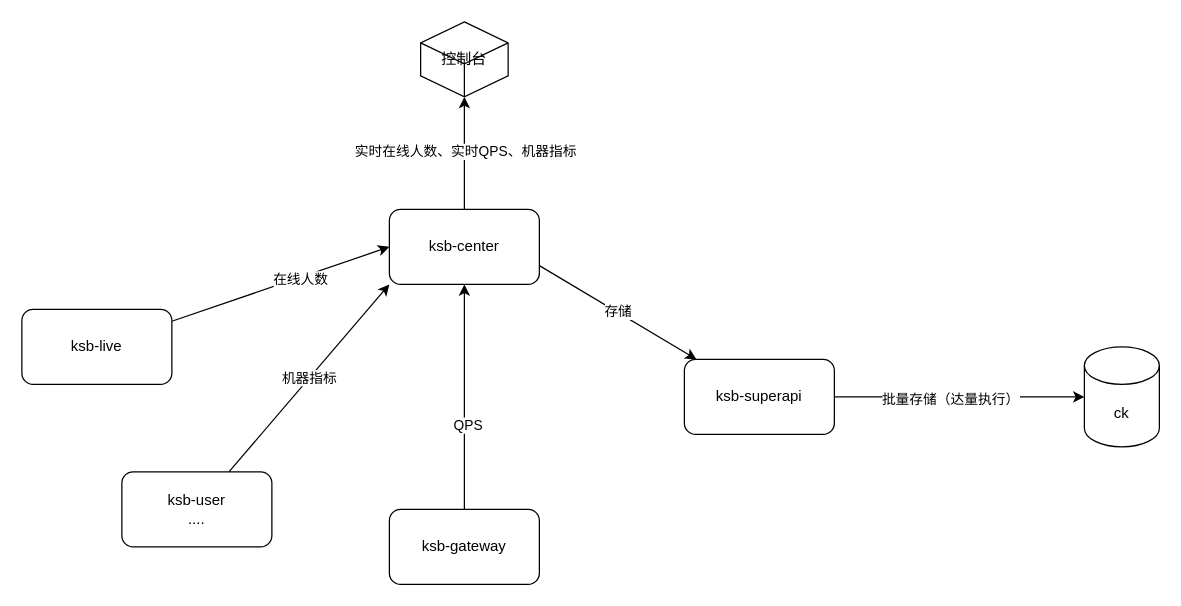
luodongseu/diagrams keeps this draw.io diagram as 实时运维监控系统.drawio. Above is the earlier version. Source tidied: cells renumbered, new cells numbered last; positions are measured from the earlier drawing's top-left corner, leaving out a move shared by most shapes. Both pictures are drawn from the tidied source at 125%, with x=0, y=0 at pixel (21, 21).
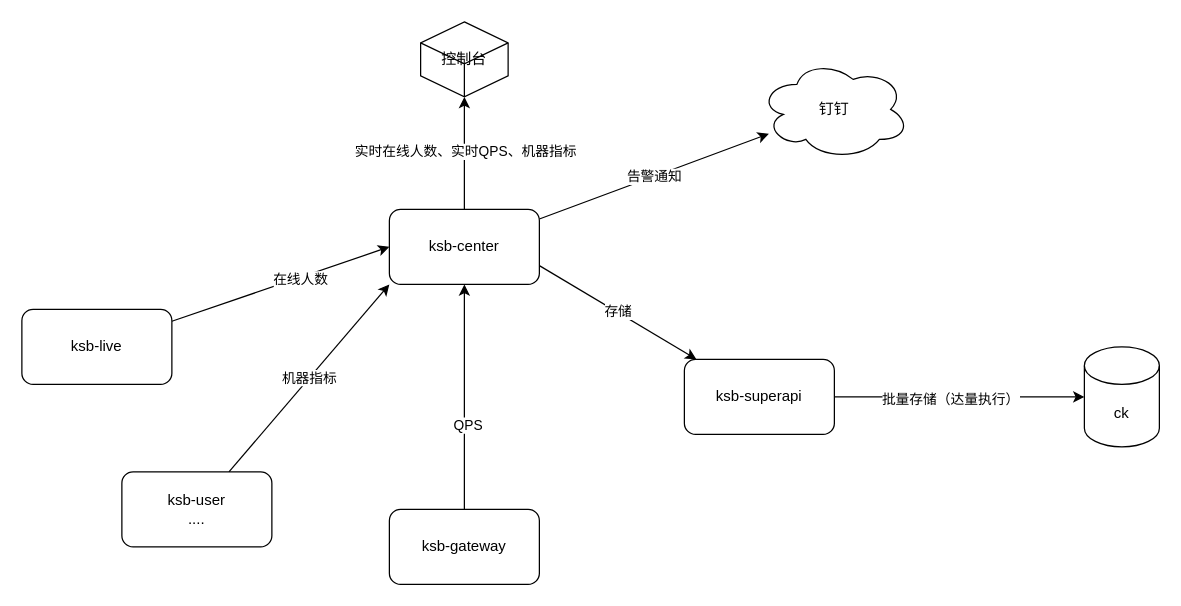
After the change.

Commit message (it also covers changes not shown here):
Update 实时运维监控系统.drawio

Unchanged cells that the change refers to:
```xml
<mxCell id="5" value="ksb-center" style="rounded=1;whiteSpace=wrap;html=1;" parent="1" vertex="1">
  <mxGeometry x="294" y="150" width="120" height="60" as="geometry" />
</mxCell>
```

Diff of the diagram source:
```diff
@@
+    <mxCell id="19" value="告警通知" style="edgeStyle=none;rounded=0;jettySize=auto;html=1;" parent="1" edge="1" source="5" target="20">
+      <mxGeometry relative="1" as="geometry" />
+    </mxCell>
@@
+    <mxCell id="20" value="钉钉" style="ellipse;shape=cloud;whiteSpace=wrap;html=1;" parent="1" vertex="1">
+      <mxGeometry x="590" y="30" width="120" height="80" as="geometry" />
+    </mxCell>
```
